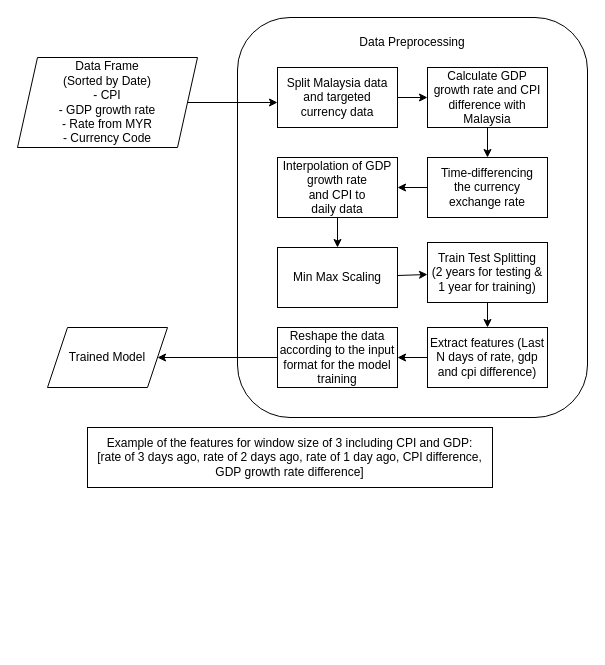
Above: Documentation/ModelDevelopmentPipeline.drawio in onghengkiat/CurrencyRatePrediction (draw.io), before the change. Source tidied: cells renumbered, new cells numbered last; positions are measured from the earlier drawing's top-left corner, leaving out a move shared by most shapes. Both pictures are drawn from the tidied source at 100%, with x=0, y=0 at pixel (17, 17).
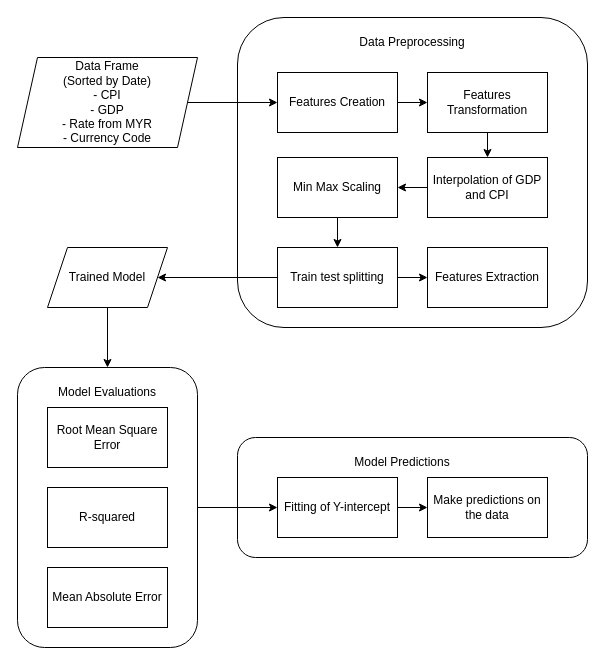
Above is the later version.

Commit message (it also covers changes not shown here):
Added time for request timeout in accessing dataset page

The edit, as a diff of the source:
```diff
@@
+    <mxCell id="24" style="rounded=1;whiteSpace=wrap;html=1;" parent="1" vertex="1">
+      <mxGeometry x="220" y="420" width="350" height="120" as="geometry" />
+    </mxCell>
     <mxCell id="2" style="rounded=1;whiteSpace=wrap;html=1;" parent="1" vertex="1">
-      <mxGeometry x="220" width="350" height="400" as="geometry" />
+      <mxGeometry x="220" width="350" height="310" as="geometry" />
     </mxCell>
-    <mxCell id="3" style="edgeStyle=orthogonalEdgeStyle;rounded=0;jettySize=auto;html=1;" parent="1" edge="1" source="4" target="8">
-      <mxGeometry relative="1" as="geometry" />
-    </mxCell>
-    <mxCell id="4" value="Split Malaysia data and targeted&lt;br&gt;currency data" style="rounded=0;whiteSpace=wrap;html=1;" parent="1" vertex="1">
-      <mxGeometry x="260" y="50" width="120" height="60" as="geometry" />
-    </mxCell>
-    <mxCell id="5" style="edgeStyle=orthogonalEdgeStyle;rounded=0;jettySize=auto;html=1;" parent="1" edge="1" source="6" target="4">
-      <mxGeometry relative="1" as="geometry">
-        <Array as="points">
-          <mxPoint x="100" y="80" />
-        </Array>
-      </mxGeometry>
+    <mxCell id="5" style="edgeStyle=orthogonalEdgeStyle;rounded=0;jettySize=auto;html=1;" parent="1" edge="1" source="6" target="8">
+      <mxGeometry relative="1" as="geometry" />
     </mxCell>
-    <mxCell id="6" value="Data Frame &lt;br&gt;(Sorted by Date)&lt;br&gt;- CPI&lt;br&gt;- GDP growth rate&lt;br&gt;- Rate from MYR&lt;br&gt;- Currency Code" style="shape=parallelogram;perimeter=parallelogramPerimeter;whiteSpace=wrap;html=1;fixedSize=1;" parent="1" vertex="1">
+    <mxCell id="6" value="Data Frame &lt;br&gt;(Sorted by Date)&lt;br&gt;- CPI&lt;br&gt;- GDP&lt;br&gt;- Rate from MYR&lt;br&gt;- Currency Code" style="shape=parallelogram;perimeter=parallelogramPerimeter;whiteSpace=wrap;html=1;fixedSize=1;" parent="1" vertex="1">
       <mxGeometry y="40" width="180" height="90" as="geometry" />
     </mxCell>
@@
-    <mxCell id="8" value="Calculate GDP growth rate and CPI difference with Malaysia" style="rounded=0;whiteSpace=wrap;html=1;" parent="1" vertex="1">
-      <mxGeometry x="410" y="50" width="120" height="60" as="geometry" />
+    <mxCell id="8" value="Features Creation" style="rounded=0;whiteSpace=wrap;html=1;" parent="1" vertex="1">
+      <mxGeometry x="260" y="55" width="120" height="60" as="geometry" />
     </mxCell>
-    <mxCell id="9" style="edgeStyle=none;rounded=0;jettySize=auto;html=1;" parent="1" edge="1" source="10" target="12">
-      <mxGeometry relative="1" as="geometry" />
-    </mxCell>
-    <mxCell id="10" value="Extract features (Last N days of rate, gdp and cpi difference)" style="rounded=0;whiteSpace=wrap;html=1;" parent="1" vertex="1">
-      <mxGeometry x="410" y="310" width="120" height="60" as="geometry" />
+    <mxCell id="10" value="Features Extraction" style="rounded=0;whiteSpace=wrap;html=1;" parent="1" vertex="1">
+      <mxGeometry x="410" y="230" width="120" height="60" as="geometry" />
     </mxCell>
-    <mxCell id="11" style="rounded=0;jettySize=auto;html=1;" parent="1" edge="1" source="12" target="18">
+    <mxCell id="11" style="rounded=0;jettySize=auto;html=1;" parent="1" edge="1" source="17" target="18">
       <mxGeometry relative="1" as="geometry" />
     </mxCell>
-    <mxCell id="12" value="Reshape the data according to the input format for the model training" style="rounded=0;whiteSpace=wrap;html=1;" parent="1" vertex="1">
-      <mxGeometry x="260" y="310" width="120" height="60" as="geometry" />
-    </mxCell>
@@
     <mxCell id="14" value="Min Max Scaling" style="rounded=0;whiteSpace=wrap;html=1;" parent="1" vertex="1">
-      <mxGeometry x="260" y="230" width="120" height="60" as="geometry" />
+      <mxGeometry x="260" y="140" width="120" height="60" as="geometry" />
     </mxCell>
@@
-    <mxCell id="17" value="Train Test Splitting&lt;br&gt;(2 years for testing &amp;amp; 1 year for training)" style="rounded=0;whiteSpace=wrap;html=1;" parent="1" vertex="1">
-      <mxGeometry x="410" y="225" width="120" height="60" as="geometry" />
+    <mxCell id="17" value="Train test splitting" style="rounded=0;whiteSpace=wrap;html=1;" parent="1" vertex="1">
+      <mxGeometry x="260" y="230" width="120" height="60" as="geometry" />
     </mxCell>
+    <mxCell id="25" style="rounded=0;jettySize=auto;html=1;entryX=0.5;entryY=0;entryDx=0;entryDy=0;" parent="1" edge="1" source="18" target="31">
+      <mxGeometry relative="1" as="geometry" />
+    </mxCell>
     <mxCell id="18" value="Trained Model" style="shape=parallelogram;perimeter=parallelogramPerimeter;whiteSpace=wrap;html=1;fixedSize=1;" parent="1" vertex="1">
-      <mxGeometry x="30" y="310" width="120" height="60" as="geometry" />
+      <mxGeometry x="30" y="230" width="120" height="60" as="geometry" />
     </mxCell>
-    <mxCell id="19" value="Example of the features for window size of 3 including CPI and GDP:&lt;br&gt;[rate of 3 days ago, rate of 2 days ago, rate of 1 day ago, CPI difference, GDP growth rate difference]" style="rounded=0;whiteSpace=wrap;html=1;" parent="1" vertex="1">
-      <mxGeometry x="70" y="410" width="405" height="60" as="geometry" />
-    </mxCell>
@@
-    <mxCell id="21" value="Time-differencing&lt;br&gt;the currency&lt;br&gt;exchange rate" style="rounded=0;whiteSpace=wrap;html=1;" parent="1" vertex="1">
-      <mxGeometry x="410" y="140" width="120" height="60" as="geometry" />
+    <mxCell id="21" value="Features Transformation" style="rounded=0;whiteSpace=wrap;html=1;" parent="1" vertex="1">
+      <mxGeometry x="410" y="55" width="120" height="60" as="geometry" />
     </mxCell>
@@
-    <mxCell id="23" value="Interpolation of GDP growth rate&lt;br&gt;and CPI to &lt;br&gt;daily data" style="rounded=0;whiteSpace=wrap;html=1;" parent="1" vertex="1">
-      <mxGeometry x="260" y="140" width="120" height="60" as="geometry" />
+    <mxCell id="23" value="Interpolation of GDP and CPI" style="rounded=0;whiteSpace=wrap;html=1;" parent="1" vertex="1">
+      <mxGeometry x="410" y="140" width="120" height="60" as="geometry" />
     </mxCell>
+    <mxCell id="26" style="edgeStyle=orthogonalEdgeStyle;rounded=0;jettySize=auto;html=1;" parent="1" edge="1" source="27" target="28">
+      <mxGeometry relative="1" as="geometry" />
+    </mxCell>
+    <mxCell id="27" value="Fitting of Y-intercept" style="rounded=0;whiteSpace=wrap;html=1;" parent="1" vertex="1">
+      <mxGeometry x="260" y="460" width="120" height="60" as="geometry" />
+    </mxCell>
+    <mxCell id="28" value="Make predictions on the data" style="rounded=0;whiteSpace=wrap;html=1;" parent="1" vertex="1">
+      <mxGeometry x="410" y="460" width="120" height="60" as="geometry" />
+    </mxCell>
+    <mxCell id="29" value="Model Predictions" style="text;html=1;strokeColor=none;fillColor=none;align=center;verticalAlign=middle;whiteSpace=wrap;rounded=0;" parent="1" vertex="1">
+      <mxGeometry x="305" y="430" width="160" height="30" as="geometry" />
+    </mxCell>
+    <mxCell id="30" style="edgeStyle=none;rounded=0;jettySize=auto;html=1;" parent="1" edge="1" source="31" target="27">
+      <mxGeometry relative="1" as="geometry" />
+    </mxCell>
+    <mxCell id="31" style="rounded=1;whiteSpace=wrap;html=1;" parent="1" vertex="1">
+      <mxGeometry y="350" width="180" height="280" as="geometry" />
+    </mxCell>
+    <mxCell id="32" value="Model Evaluations" style="text;html=1;strokeColor=none;fillColor=none;align=center;verticalAlign=middle;whiteSpace=wrap;rounded=0;" parent="1" vertex="1">
+      <mxGeometry x="10" y="360" width="160" height="30" as="geometry" />
+    </mxCell>
+    <mxCell id="33" value="R-squared" style="rounded=0;whiteSpace=wrap;html=1;" parent="1" vertex="1">
+      <mxGeometry x="30" y="470" width="120" height="60" as="geometry" />
+    </mxCell>
+    <mxCell id="34" value="Mean Absolute Error" style="rounded=0;whiteSpace=wrap;html=1;" parent="1" vertex="1">
+      <mxGeometry x="30" y="550" width="120" height="60" as="geometry" />
+    </mxCell>
+    <mxCell id="35" value="Root Mean Square Error" style="rounded=0;whiteSpace=wrap;html=1;" parent="1" vertex="1">
+      <mxGeometry x="30" y="390" width="120" height="60" as="geometry" />
+    </mxCell>
```
